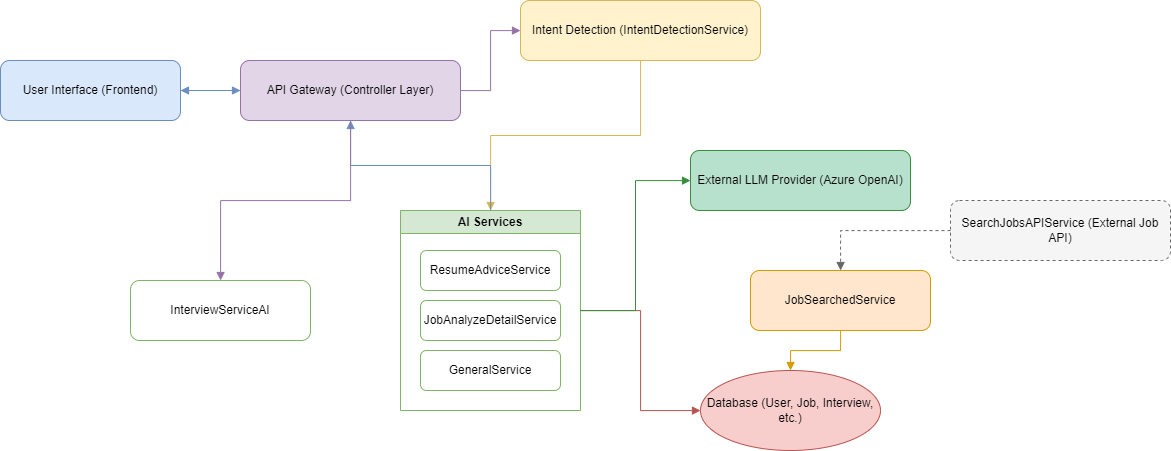
This is jobagent-ai-architecture.png from adrian120401/jobagentAI, a draw.io export, as it was before one commit. Source tidied: cells renumbered, new cells last; positions are measured from the earlier drawing's top-left corner, leaving out a move shared by most shapes.
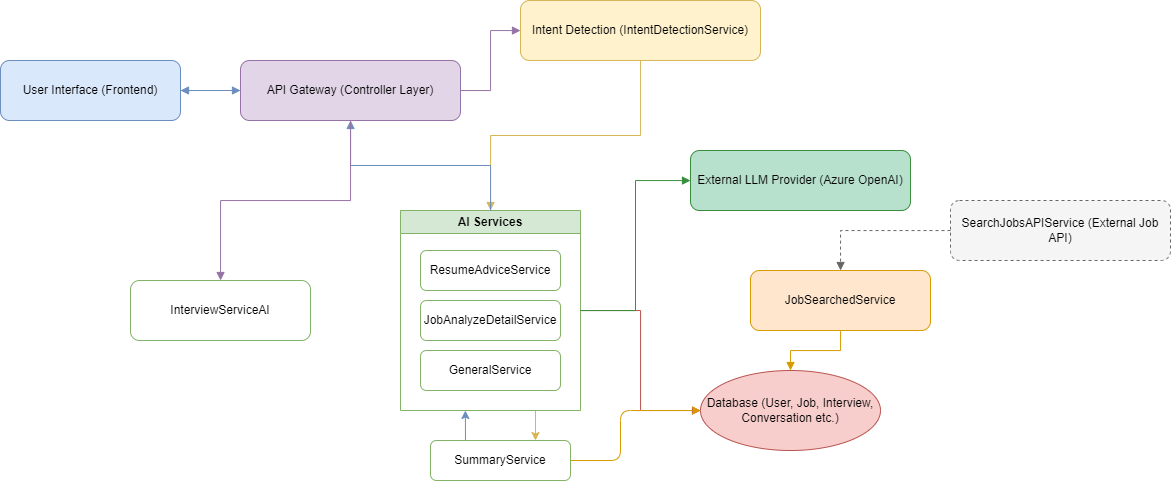
After the change.

What changed in the source:
```diff
@@ -11,6 +11,9 @@
     <mxCell id="4" value="Intent Detection (IntentDetectionService)" style="rounded=1;whiteSpace=wrap;html=1;fillColor=#fff2cc;strokeColor=#d6b656;" parent="1" vertex="1">
       <mxGeometry x="520" width="240" height="60" as="geometry" />
     </mxCell>
+    <mxCell id="24" style="edgeStyle=none;html=1;exitX=0.75;exitY=1;exitDx=0;exitDy=0;entryX=0.75;entryY=0;entryDx=0;entryDy=0;fillColor=#fff2cc;strokeColor=#d6b656;" parent="1" edge="1" source="5" target="27">
+      <mxGeometry relative="1" as="geometry" />
+    </mxCell>
     <mxCell id="5" value="AI Services" style="swimlane;whiteSpace=wrap;html=1;fillColor=#d5e8d4;strokeColor=#82b366;" parent="1" vertex="1">
       <mxGeometry x="400" y="210" width="180" height="200" as="geometry" />
     </mxCell>
@@ -32,7 +35,7 @@
     <mxCell id="11" value="SearchJobsAPIService (External Job API)" style="rounded=1;whiteSpace=wrap;html=1;fillColor=#f5f5f5;strokeColor=#666666;dashed=1;" parent="1" vertex="1">
       <mxGeometry x="950" y="200" width="220" height="60" as="geometry" />
     </mxCell>
-    <mxCell id="12" value="Database (User, Job, Interview, etc.)" style="ellipse;whiteSpace=wrap;html=1;fillColor=#f8cecc;strokeColor=#b85450;" parent="1" vertex="1">
+    <mxCell id="12" value="Database (User, Job, Interview, Conversation etc.)" style="ellipse;whiteSpace=wrap;html=1;fillColor=#f8cecc;strokeColor=#b85450;" parent="1" vertex="1">
       <mxGeometry x="700" y="370" width="180" height="80" as="geometry" />
     </mxCell>
     <mxCell id="13" value="External LLM Provider (Azure OpenAI)" style="rounded=1;whiteSpace=wrap;html=1;fillColor=#b7e1cd;strokeColor=#388e3c;" parent="1" vertex="1">
@@ -68,5 +71,21 @@
     <mxCell id="23" style="edgeStyle=orthogonalEdgeStyle;rounded=0;jettySize=auto;html=1;endArrow=block;endFill=1;strokeColor=#666666;dashed=1;" parent="1" edge="1" source="11" target="10">
       <mxGeometry relative="1" as="geometry" />
     </mxCell>
+    <mxCell id="25" style="edgeStyle=none;html=1;exitX=1;exitY=0.5;exitDx=0;exitDy=0;fillColor=#ffe6cc;strokeColor=#d79b00;" parent="1" edge="1" source="27" target="12">
+      <mxGeometry relative="1" as="geometry">
+        <Array as="points">
+          <mxPoint x="620" y="460" />
+          <mxPoint x="620" y="410" />
+        </Array>
+      </mxGeometry>
+    </mxCell>
+    <mxCell id="26" style="edgeStyle=none;html=1;exitX=0.25;exitY=0;exitDx=0;exitDy=0;fillColor=#dae8fc;strokeColor=#6c8ebf;" parent="1" edge="1" source="27">
+      <mxGeometry relative="1" as="geometry">
+        <mxPoint x="464.9" y="410" as="targetPoint" />
+      </mxGeometry>
+    </mxCell>
+    <mxCell id="27" value="SummaryService" style="rounded=1;whiteSpace=wrap;html=1;fillColor=#ffffff;strokeColor=#82b366;" parent="1" vertex="1">
+      <mxGeometry x="430" y="440" width="140" height="40" as="geometry" />
+    </mxCell>
   </root>
 </mxGraphModel>
```
